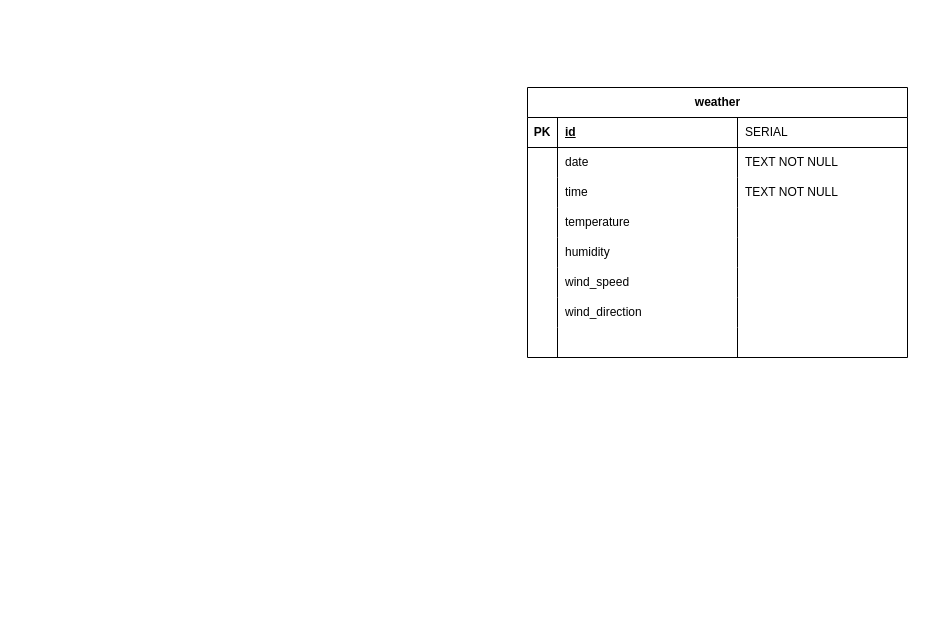
This is diagrams/weather-app-ER-v1.drawio from andy-the-ape/weather-web-app, a draw.io file, before an edit. Source tidied: cells renumbered, new cells numbered last; positions are measured from the earlier drawing's top-left corner, leaving out a move shared by most shapes. Both pictures are drawn from the tidied source at 100%, with x=0, y=0 at pixel (527, 87).
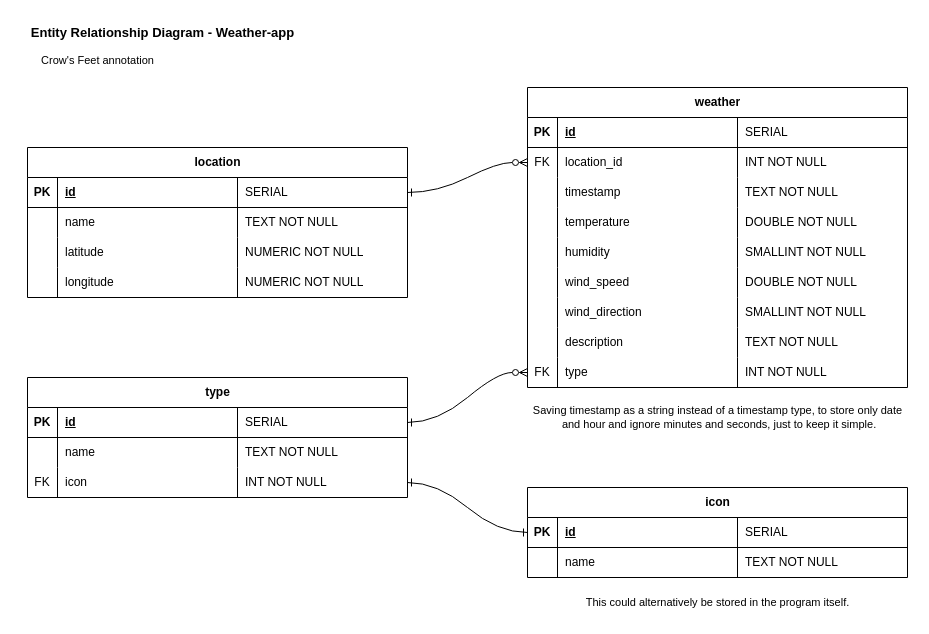
Above is the later version.

The change refers to these unchanged cells:
```xml
<mxCell id="7" style="shape=tableRow;horizontal=0;startSize=0;swimlaneHead=0;swimlaneBody=0;fillColor=none;points=[[0,0.5],[1,0.5]];portConstraint=eastwest;top=0;left=0;right=0;bottom=0;" parent="2" vertex="1">
  <mxGeometry y="60" width="380" height="30" as="geometry" />
</mxCell>
<mxCell id="11" style="shape=tableRow;horizontal=0;startSize=0;swimlaneHead=0;swimlaneBody=0;fillColor=none;top=0;left=0;right=0;bottom=0;" parent="2" vertex="1">
  <mxGeometry y="90" width="380" height="30" as="geometry" />
</mxCell>
<mxCell id="15" style="shape=tableRow;horizontal=0;startSize=0;swimlaneHead=0;swimlaneBody=0;fillColor=none;top=0;left=0;right=0;bottom=0;" parent="2" vertex="1">
  <mxGeometry y="120" width="380" height="30" as="geometry" />
</mxCell>
<mxCell id="19" style="shape=tableRow;horizontal=0;startSize=0;swimlaneHead=0;swimlaneBody=0;fillColor=none;top=0;left=0;right=0;bottom=0;" parent="2" vertex="1">
  <mxGeometry y="150" width="380" height="30" as="geometry" />
</mxCell>
<mxCell id="23" style="shape=tableRow;horizontal=0;startSize=0;swimlaneHead=0;swimlaneBody=0;fillColor=none;top=0;left=0;right=0;bottom=0;" parent="2" vertex="1">
  <mxGeometry y="180" width="380" height="30" as="geometry" />
</mxCell>
<mxCell id="27" style="shape=tableRow;horizontal=0;startSize=0;swimlaneHead=0;swimlaneBody=0;fillColor=none;top=0;left=0;right=0;bottom=0;" parent="2" vertex="1">
  <mxGeometry y="210" width="380" height="30" as="geometry" />
</mxCell>
<mxCell id="31" style="shape=tableRow;horizontal=0;startSize=0;swimlaneHead=0;swimlaneBody=0;fillColor=none;top=0;left=0;right=0;bottom=0;" parent="2" vertex="1">
  <mxGeometry y="240" width="380" height="30" as="geometry" />
</mxCell>
```

What changed in the source:
```diff
@@
     <mxCell id="2" value="weather" style="shape=table;startSize=30;childLayout=tableLayout;rowLines=0;fontStyle=1;align=center;html=1;" parent="1" vertex="1">
-      <mxGeometry width="380" height="270" as="geometry" />
+      <mxGeometry width="380" height="300" as="geometry" />
     </mxCell>
@@
-    <mxCell id="8" style="shape=partialRectangle;fillColor=none;top=0;left=0;bottom=0;right=0;overflow=hidden;whiteSpace=wrap;html=1;" parent="7" vertex="1">
+    <mxCell id="8" value="FK" style="shape=partialRectangle;fillColor=none;top=0;left=0;bottom=0;right=0;overflow=hidden;whiteSpace=wrap;html=1;" parent="7" vertex="1">
       <mxGeometry width="30" height="30" as="geometry" />
     </mxCell>
-    <mxCell id="9" value="date" style="shape=partialRectangle;fillColor=none;top=0;left=0;bottom=0;right=0;align=left;spacingLeft=6;overflow=hidden;whiteSpace=wrap;html=1;" parent="7" vertex="1">
+    <mxCell id="9" value="location_id" style="shape=partialRectangle;fillColor=none;top=0;left=0;bottom=0;right=0;align=left;spacingLeft=6;overflow=hidden;whiteSpace=wrap;html=1;" parent="7" vertex="1">
       <mxGeometry x="30" width="180" height="30" as="geometry" />
     </mxCell>
-    <mxCell id="10" value="TEXT NOT NULL" style="shape=partialRectangle;fillColor=none;top=0;left=0;bottom=0;right=0;align=left;spacingLeft=6;overflow=hidden;whiteSpace=wrap;html=1;" parent="7" vertex="1">
+    <mxCell id="10" value="INT NOT NULL" style="shape=partialRectangle;fillColor=none;top=0;left=0;bottom=0;right=0;align=left;spacingLeft=6;overflow=hidden;whiteSpace=wrap;html=1;" parent="7" vertex="1">
       <mxGeometry x="210" width="170" height="30" as="geometry" />
     </mxCell>
@@
-    <mxCell id="13" value="time" style="shape=partialRectangle;fillColor=none;top=0;left=0;bottom=0;right=0;align=left;spacingLeft=6;overflow=hidden;whiteSpace=wrap;html=1;" parent="11" vertex="1">
+    <mxCell id="13" value="timestamp" style="shape=partialRectangle;fillColor=none;top=0;left=0;bottom=0;right=0;align=left;spacingLeft=6;overflow=hidden;whiteSpace=wrap;html=1;" parent="11" vertex="1">
       <mxGeometry x="30" width="180" height="30" as="geometry" />
     </mxCell>
@@
-    <mxCell id="18" style="shape=partialRectangle;fillColor=none;top=0;left=0;bottom=0;right=0;align=left;spacingLeft=6;overflow=hidden;whiteSpace=wrap;html=1;" parent="15" vertex="1">
+    <mxCell id="18" value="DOUBLE NOT NULL" style="shape=partialRectangle;fillColor=none;top=0;left=0;bottom=0;right=0;align=left;spacingLeft=6;overflow=hidden;whiteSpace=wrap;html=1;" parent="15" vertex="1">
       <mxGeometry x="210" width="170" height="30" as="geometry" />
     </mxCell>
@@
-    <mxCell id="22" style="shape=partialRectangle;fillColor=none;top=0;left=0;bottom=0;right=0;align=left;spacingLeft=6;overflow=hidden;whiteSpace=wrap;html=1;" parent="19" vertex="1">
+    <mxCell id="22" value="SMALLINT NOT NULL" style="shape=partialRectangle;fillColor=none;top=0;left=0;bottom=0;right=0;align=left;spacingLeft=6;overflow=hidden;whiteSpace=wrap;html=1;" parent="19" vertex="1">
       <mxGeometry x="210" width="170" height="30" as="geometry" />
     </mxCell>
@@
-    <mxCell id="26" style="shape=partialRectangle;fillColor=none;top=0;left=0;bottom=0;right=0;align=left;spacingLeft=6;overflow=hidden;whiteSpace=wrap;html=1;" parent="23" vertex="1">
+    <mxCell id="26" value="DOUBLE NOT NULL" style="shape=partialRectangle;fillColor=none;top=0;left=0;bottom=0;right=0;align=left;spacingLeft=6;overflow=hidden;whiteSpace=wrap;html=1;" parent="23" vertex="1">
       <mxGeometry x="210" width="170" height="30" as="geometry" />
     </mxCell>
@@
-    <mxCell id="30" style="shape=partialRectangle;fillColor=none;top=0;left=0;bottom=0;right=0;align=left;spacingLeft=6;overflow=hidden;whiteSpace=wrap;html=1;" parent="27" vertex="1">
+    <mxCell id="30" value="SMALLINT NOT NULL" style="shape=partialRectangle;fillColor=none;top=0;left=0;bottom=0;right=0;align=left;spacingLeft=6;overflow=hidden;whiteSpace=wrap;html=1;" parent="27" vertex="1">
       <mxGeometry x="210" width="170" height="30" as="geometry" />
     </mxCell>
@@
-    <mxCell id="33" style="shape=partialRectangle;fillColor=none;top=0;left=0;bottom=0;right=0;align=left;spacingLeft=6;overflow=hidden;whiteSpace=wrap;html=1;" parent="31" vertex="1">
+    <mxCell id="33" value="description" style="shape=partialRectangle;fillColor=none;top=0;left=0;bottom=0;right=0;align=left;spacingLeft=6;overflow=hidden;whiteSpace=wrap;html=1;" parent="31" vertex="1">
       <mxGeometry x="30" width="180" height="30" as="geometry" />
     </mxCell>
-    <mxCell id="34" style="shape=partialRectangle;fillColor=none;top=0;left=0;bottom=0;right=0;align=left;spacingLeft=6;overflow=hidden;whiteSpace=wrap;html=1;" parent="31" vertex="1">
+    <mxCell id="34" value="TEXT NOT NULL" style="shape=partialRectangle;fillColor=none;top=0;left=0;bottom=0;right=0;align=left;spacingLeft=6;overflow=hidden;whiteSpace=wrap;html=1;" parent="31" vertex="1">
       <mxGeometry x="210" width="170" height="30" as="geometry" />
     </mxCell>
+    <mxCell id="35" style="shape=tableRow;horizontal=0;startSize=0;swimlaneHead=0;swimlaneBody=0;fillColor=none;points=[[0,0.5],[1,0.5]];portConstraint=eastwest;top=0;left=0;right=0;bottom=0;" parent="2" vertex="1">
+      <mxGeometry y="270" width="380" height="30" as="geometry" />
+    </mxCell>
+    <mxCell id="36" value="FK" style="shape=partialRectangle;fillColor=none;top=0;left=0;bottom=0;right=0;overflow=hidden;whiteSpace=wrap;html=1;" parent="35" vertex="1">
+      <mxGeometry width="30" height="30" as="geometry" />
+    </mxCell>
+    <mxCell id="37" value="type" style="shape=partialRectangle;fillColor=none;top=0;left=0;bottom=0;right=0;align=left;spacingLeft=6;overflow=hidden;whiteSpace=wrap;html=1;" parent="35" vertex="1">
+      <mxGeometry x="30" width="180" height="30" as="geometry" />
+    </mxCell>
+    <mxCell id="38" value="INT NOT NULL" style="shape=partialRectangle;fillColor=none;top=0;left=0;bottom=0;right=0;align=left;spacingLeft=6;overflow=hidden;whiteSpace=wrap;html=1;" parent="35" vertex="1">
+      <mxGeometry x="210" width="170" height="30" as="geometry" />
+    </mxCell>
+    <mxCell id="39" value="location" style="shape=table;startSize=30;childLayout=tableLayout;rowLines=0;fontStyle=1;align=center;html=1;" parent="1" vertex="1">
+      <mxGeometry x="-500" y="60" width="380" height="150" as="geometry" />
+    </mxCell>
+    <mxCell id="40" style="shape=tableRow;horizontal=0;startSize=0;swimlaneHead=0;swimlaneBody=0;fillColor=none;points=[[0,0.5],[1,0.5]];portConstraint=eastwest;top=0;left=0;right=0;bottom=1;" parent="39" vertex="1">
+      <mxGeometry y="30" width="380" height="30" as="geometry" />
+    </mxCell>
+    <mxCell id="41" value="PK" style="shape=partialRectangle;fillColor=none;top=0;left=0;bottom=0;right=0;fontStyle=1;overflow=hidden;whiteSpace=wrap;html=1;" parent="40" vertex="1">
+      <mxGeometry width="30" height="30" as="geometry" />
+    </mxCell>
+    <mxCell id="42" value="id" style="shape=partialRectangle;fillColor=none;top=0;left=0;bottom=0;right=0;align=left;spacingLeft=6;fontStyle=5;overflow=hidden;whiteSpace=wrap;html=1;" parent="40" vertex="1">
+      <mxGeometry x="30" width="180" height="30" as="geometry" />
+    </mxCell>
+    <mxCell id="43" value="&lt;span style=&quot;&quot;&gt;SERIAL&lt;/span&gt;" style="shape=partialRectangle;fillColor=none;top=0;left=0;bottom=0;right=0;align=left;spacingLeft=6;fontStyle=0;overflow=hidden;whiteSpace=wrap;html=1;" parent="40" vertex="1">
+      <mxGeometry x="210" width="170" height="30" as="geometry" />
+    </mxCell>
+    <mxCell id="44" style="shape=tableRow;horizontal=0;startSize=0;swimlaneHead=0;swimlaneBody=0;fillColor=none;top=0;left=0;right=0;bottom=0;" parent="39" vertex="1">
+      <mxGeometry y="60" width="380" height="30" as="geometry" />
+    </mxCell>
+    <mxCell id="45" style="shape=partialRectangle;fillColor=none;top=0;left=0;bottom=0;right=0;overflow=hidden;whiteSpace=wrap;html=1;" parent="44" vertex="1">
+      <mxGeometry width="30" height="30" as="geometry" />
+    </mxCell>
+    <mxCell id="46" value="name" style="shape=partialRectangle;fillColor=none;top=0;left=0;bottom=0;right=0;align=left;spacingLeft=6;overflow=hidden;whiteSpace=wrap;html=1;" parent="44" vertex="1">
+      <mxGeometry x="30" width="180" height="30" as="geometry" />
+    </mxCell>
+    <mxCell id="47" value="TEXT NOT NULL" style="shape=partialRectangle;fillColor=none;top=0;left=0;bottom=0;right=0;align=left;spacingLeft=6;overflow=hidden;whiteSpace=wrap;html=1;" parent="44" vertex="1">
+      <mxGeometry x="210" width="170" height="30" as="geometry" />
+    </mxCell>
+    <mxCell id="48" style="shape=tableRow;horizontal=0;startSize=0;swimlaneHead=0;swimlaneBody=0;fillColor=none;top=0;left=0;right=0;bottom=0;" parent="39" vertex="1">
+      <mxGeometry y="90" width="380" height="30" as="geometry" />
+    </mxCell>
+    <mxCell id="49" style="shape=partialRectangle;fillColor=none;top=0;left=0;bottom=0;right=0;overflow=hidden;whiteSpace=wrap;html=1;" parent="48" vertex="1">
+      <mxGeometry width="30" height="30" as="geometry" />
+    </mxCell>
+    <mxCell id="50" value="latitude" style="shape=partialRectangle;fillColor=none;top=0;left=0;bottom=0;right=0;align=left;spacingLeft=6;overflow=hidden;whiteSpace=wrap;html=1;" parent="48" vertex="1">
+      <mxGeometry x="30" width="180" height="30" as="geometry" />
+    </mxCell>
+    <mxCell id="51" value="NUMERIC NOT NULL" style="shape=partialRectangle;fillColor=none;top=0;left=0;bottom=0;right=0;align=left;spacingLeft=6;overflow=hidden;whiteSpace=wrap;html=1;" parent="48" vertex="1">
+      <mxGeometry x="210" width="170" height="30" as="geometry" />
+    </mxCell>
+    <mxCell id="52" style="shape=tableRow;horizontal=0;startSize=0;swimlaneHead=0;swimlaneBody=0;fillColor=none;top=0;left=0;right=0;bottom=0;" parent="39" vertex="1">
+      <mxGeometry y="120" width="380" height="30" as="geometry" />
+    </mxCell>
+    <mxCell id="53" style="shape=partialRectangle;fillColor=none;top=0;left=0;bottom=0;right=0;overflow=hidden;whiteSpace=wrap;html=1;" parent="52" vertex="1">
+      <mxGeometry width="30" height="30" as="geometry" />
+    </mxCell>
+    <mxCell id="54" value="longitude" style="shape=partialRectangle;fillColor=none;top=0;left=0;bottom=0;right=0;align=left;spacingLeft=6;overflow=hidden;whiteSpace=wrap;html=1;" parent="52" vertex="1">
+      <mxGeometry x="30" width="180" height="30" as="geometry" />
+    </mxCell>
+    <mxCell id="55" value="NUMERIC NOT NULL" style="shape=partialRectangle;fillColor=none;top=0;left=0;bottom=0;right=0;align=left;spacingLeft=6;overflow=hidden;whiteSpace=wrap;html=1;" parent="52" vertex="1">
+      <mxGeometry x="210" width="170" height="30" as="geometry" />
+    </mxCell>
+    <mxCell id="56" style="edgeStyle=entityRelationEdgeStyle;rounded=0;jettySize=auto;html=1;exitX=0;exitY=0.5;exitDx=0;exitDy=0;entryX=1;entryY=0.5;entryDx=0;entryDy=0;startArrow=ERzeroToMany;startFill=0;endArrow=ERone;endFill=0;curved=1;" parent="1" edge="1" source="7" target="40">
+      <mxGeometry relative="1" as="geometry" />
+    </mxCell>
+    <mxCell id="57" value="type" style="shape=table;startSize=30;childLayout=tableLayout;rowLines=0;fontStyle=1;align=center;html=1;" parent="1" vertex="1">
+      <mxGeometry x="-500" y="290" width="380" height="120" as="geometry" />
+    </mxCell>
+    <mxCell id="58" style="shape=tableRow;horizontal=0;startSize=0;swimlaneHead=0;swimlaneBody=0;fillColor=none;points=[[0,0.5],[1,0.5]];portConstraint=eastwest;top=0;left=0;right=0;bottom=1;" parent="57" vertex="1">
+      <mxGeometry y="30" width="380" height="30" as="geometry" />
+    </mxCell>
+    <mxCell id="59" value="PK" style="shape=partialRectangle;fillColor=none;top=0;left=0;bottom=0;right=0;fontStyle=1;overflow=hidden;whiteSpace=wrap;html=1;" parent="58" vertex="1">
+      <mxGeometry width="30" height="30" as="geometry" />
+    </mxCell>
+    <mxCell id="60" value="id" style="shape=partialRectangle;fillColor=none;top=0;left=0;bottom=0;right=0;align=left;spacingLeft=6;fontStyle=5;overflow=hidden;whiteSpace=wrap;html=1;" parent="58" vertex="1">
+      <mxGeometry x="30" width="180" height="30" as="geometry" />
+    </mxCell>
+    <mxCell id="61" value="&lt;span style=&quot;&quot;&gt;SERIAL&lt;/span&gt;" style="shape=partialRectangle;fillColor=none;top=0;left=0;bottom=0;right=0;align=left;spacingLeft=6;fontStyle=0;overflow=hidden;whiteSpace=wrap;html=1;" parent="58" vertex="1">
+      <mxGeometry x="210" width="170" height="30" as="geometry" />
+    </mxCell>
+    <mxCell id="62" style="shape=tableRow;horizontal=0;startSize=0;swimlaneHead=0;swimlaneBody=0;fillColor=none;top=0;left=0;right=0;bottom=0;" parent="57" vertex="1">
+      <mxGeometry y="60" width="380" height="30" as="geometry" />
+    </mxCell>
+    <mxCell id="63" style="shape=partialRectangle;fillColor=none;top=0;left=0;bottom=0;right=0;overflow=hidden;whiteSpace=wrap;html=1;" parent="62" vertex="1">
+      <mxGeometry width="30" height="30" as="geometry" />
+    </mxCell>
+    <mxCell id="64" value="name" style="shape=partialRectangle;fillColor=none;top=0;left=0;bottom=0;right=0;align=left;spacingLeft=6;overflow=hidden;whiteSpace=wrap;html=1;" parent="62" vertex="1">
+      <mxGeometry x="30" width="180" height="30" as="geometry" />
+    </mxCell>
+    <mxCell id="65" value="TEXT NOT NULL" style="shape=partialRectangle;fillColor=none;top=0;left=0;bottom=0;right=0;align=left;spacingLeft=6;overflow=hidden;whiteSpace=wrap;html=1;" parent="62" vertex="1">
+      <mxGeometry x="210" width="170" height="30" as="geometry" />
+    </mxCell>
+    <mxCell id="66" style="shape=tableRow;horizontal=0;startSize=0;swimlaneHead=0;swimlaneBody=0;fillColor=none;points=[[0,0.5],[1,0.5]];portConstraint=eastwest;top=0;left=0;right=0;bottom=0;" parent="57" vertex="1">
+      <mxGeometry y="90" width="380" height="30" as="geometry" />
+    </mxCell>
+    <mxCell id="67" value="FK" style="shape=partialRectangle;fillColor=none;top=0;left=0;bottom=0;right=0;overflow=hidden;whiteSpace=wrap;html=1;" parent="66" vertex="1">
+      <mxGeometry width="30" height="30" as="geometry" />
+    </mxCell>
+    <mxCell id="68" value="icon" style="shape=partialRectangle;fillColor=none;top=0;left=0;bottom=0;right=0;align=left;spacingLeft=6;overflow=hidden;whiteSpace=wrap;html=1;" parent="66" vertex="1">
+      <mxGeometry x="30" width="180" height="30" as="geometry" />
+    </mxCell>
+    <mxCell id="69" value="INT NOT NULL" style="shape=partialRectangle;fillColor=none;top=0;left=0;bottom=0;right=0;align=left;spacingLeft=6;overflow=hidden;whiteSpace=wrap;html=1;" parent="66" vertex="1">
+      <mxGeometry x="210" width="170" height="30" as="geometry" />
+    </mxCell>
+    <mxCell id="70" style="edgeStyle=entityRelationEdgeStyle;rounded=0;jettySize=auto;html=1;exitX=0;exitY=0.5;exitDx=0;exitDy=0;entryX=1;entryY=0.5;entryDx=0;entryDy=0;strokeColor=default;align=center;verticalAlign=middle;fontFamily=Helvetica;fontSize=11;fontColor=default;labelBackgroundColor=default;startArrow=ERzeroToMany;startFill=0;endArrow=ERone;endFill=0;curved=1;" parent="1" edge="1" source="35" target="58">
+      <mxGeometry relative="1" as="geometry" />
+    </mxCell>
+    <mxCell id="71" value="Saving timestamp as a string instead of a timestamp type, to store only date&lt;br&gt;&amp;nbsp;and hour and ignore minutes and seconds, just to keep it simple." style="text;html=1;align=center;verticalAlign=middle;strokeColor=none;fillColor=none;fontFamily=Helvetica;fontSize=11;fontColor=default;labelBackgroundColor=default;" parent="1" vertex="1">
+      <mxGeometry x="-5" y="310" width="390" height="40" as="geometry" />
+    </mxCell>
+    <mxCell id="72" value="icon" style="shape=table;startSize=30;childLayout=tableLayout;rowLines=0;fontStyle=1;align=center;html=1;" parent="1" vertex="1">
+      <mxGeometry y="400" width="380" height="90" as="geometry" />
+    </mxCell>
+    <mxCell id="73" style="shape=tableRow;horizontal=0;startSize=0;swimlaneHead=0;swimlaneBody=0;fillColor=none;points=[[0,0.5],[1,0.5]];portConstraint=eastwest;top=0;left=0;right=0;bottom=1;" parent="72" vertex="1">
+      <mxGeometry y="30" width="380" height="30" as="geometry" />
+    </mxCell>
+    <mxCell id="74" value="PK" style="shape=partialRectangle;fillColor=none;top=0;left=0;bottom=0;right=0;fontStyle=1;overflow=hidden;whiteSpace=wrap;html=1;" parent="73" vertex="1">
+      <mxGeometry width="30" height="30" as="geometry" />
+    </mxCell>
+    <mxCell id="75" value="id" style="shape=partialRectangle;fillColor=none;top=0;left=0;bottom=0;right=0;align=left;spacingLeft=6;fontStyle=5;overflow=hidden;whiteSpace=wrap;html=1;" parent="73" vertex="1">
+      <mxGeometry x="30" width="180" height="30" as="geometry" />
+    </mxCell>
+    <mxCell id="76" value="&lt;span style=&quot;&quot;&gt;SERIAL&lt;/span&gt;" style="shape=partialRectangle;fillColor=none;top=0;left=0;bottom=0;right=0;align=left;spacingLeft=6;fontStyle=0;overflow=hidden;whiteSpace=wrap;html=1;" parent="73" vertex="1">
+      <mxGeometry x="210" width="170" height="30" as="geometry" />
+    </mxCell>
+    <mxCell id="77" style="shape=tableRow;horizontal=0;startSize=0;swimlaneHead=0;swimlaneBody=0;fillColor=none;top=0;left=0;right=0;bottom=0;" parent="72" vertex="1">
+      <mxGeometry y="60" width="380" height="30" as="geometry" />
+    </mxCell>
+    <mxCell id="78" style="shape=partialRectangle;fillColor=none;top=0;left=0;bottom=0;right=0;overflow=hidden;whiteSpace=wrap;html=1;" parent="77" vertex="1">
+      <mxGeometry width="30" height="30" as="geometry" />
+    </mxCell>
+    <mxCell id="79" value="name" style="shape=partialRectangle;fillColor=none;top=0;left=0;bottom=0;right=0;align=left;spacingLeft=6;overflow=hidden;whiteSpace=wrap;html=1;" parent="77" vertex="1">
+      <mxGeometry x="30" width="180" height="30" as="geometry" />
+    </mxCell>
+    <mxCell id="80" value="TEXT NOT NULL" style="shape=partialRectangle;fillColor=none;top=0;left=0;bottom=0;right=0;align=left;spacingLeft=6;overflow=hidden;whiteSpace=wrap;html=1;" parent="77" vertex="1">
+      <mxGeometry x="210" width="170" height="30" as="geometry" />
+    </mxCell>
+    <mxCell id="81" style="edgeStyle=entityRelationEdgeStyle;rounded=0;jettySize=auto;html=1;exitX=1;exitY=0.5;exitDx=0;exitDy=0;entryX=0;entryY=0.5;entryDx=0;entryDy=0;strokeColor=default;align=center;verticalAlign=middle;fontFamily=Helvetica;fontSize=11;fontColor=default;labelBackgroundColor=default;startArrow=ERone;startFill=0;endArrow=ERone;endFill=0;curved=1;" parent="1" edge="1" source="66" target="73">
+      <mxGeometry relative="1" as="geometry" />
+    </mxCell>
+    <mxCell id="82" value="This could alternatively be stored in the program itself." style="text;html=1;align=center;verticalAlign=middle;strokeColor=none;fillColor=none;fontFamily=Helvetica;fontSize=11;fontColor=default;labelBackgroundColor=default;" parent="1" vertex="1">
+      <mxGeometry x="45" y="500" width="290" height="30" as="geometry" />
+    </mxCell>
+    <mxCell id="83" value="&lt;font style=&quot;font-size: 13px;&quot;&gt;&lt;b&gt;Entity Relationship Diagram - Weather-app&lt;/b&gt;&lt;/font&gt;" style="text;html=1;align=center;verticalAlign=middle;strokeColor=none;fillColor=none;fontFamily=Helvetica;fontSize=11;fontColor=default;labelBackgroundColor=default;" parent="1" vertex="1">
+      <mxGeometry x="-510" y="-70" width="290" height="30" as="geometry" />
+    </mxCell>
+    <mxCell id="84" value="Crow's Feet annotation" style="text;html=1;align=center;verticalAlign=middle;strokeColor=none;fillColor=none;fontFamily=Helvetica;fontSize=11;fontColor=default;labelBackgroundColor=default;" parent="1" vertex="1">
+      <mxGeometry x="-500" y="-42" width="140" height="30" as="geometry" />
+    </mxCell>
```
